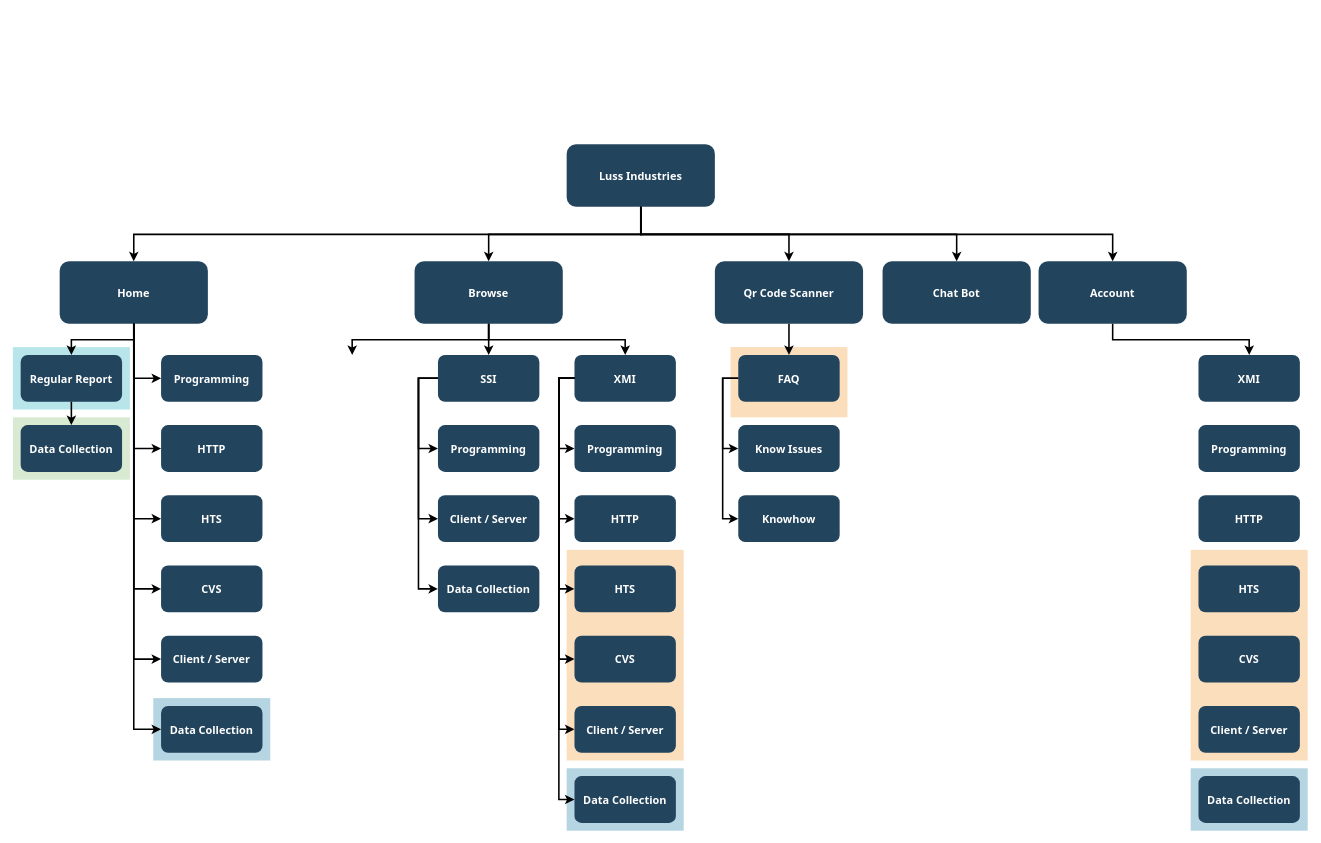
The draw.io diagram Untitled Diagram.drawio in alishgosai/draw-io, before the edit. Source tidied: cells renumbered, new cells numbered last; positions are measured from the earlier drawing's top-left corner, leaving out a move shared by most shapes. Both pictures are drawn from the tidied source at 78%, with x=0, y=0 at pixel (12, 144).
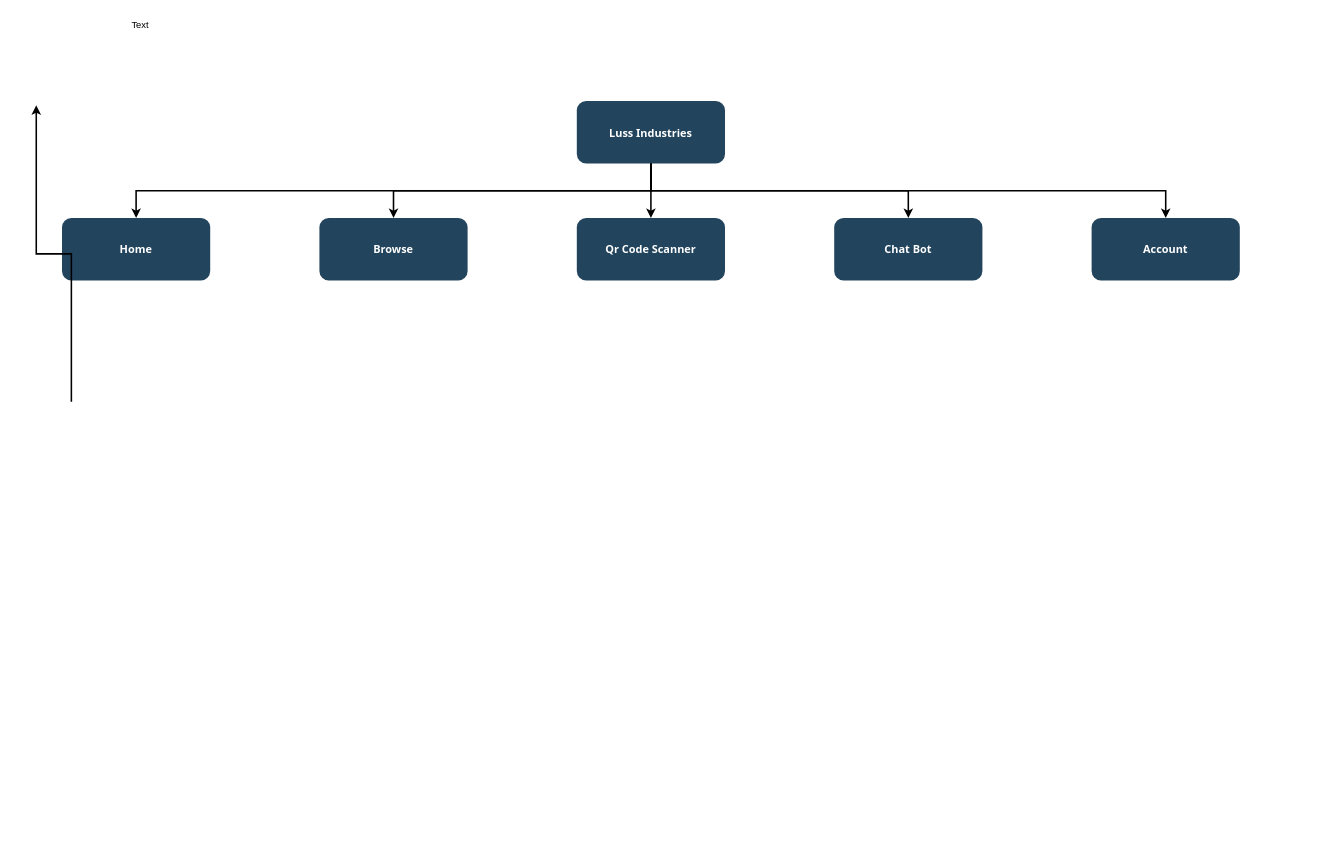
After the change.

Change to the diagram source:
```diff
@@
-<mxGraphModel>
+<mxGraphModel background="#ffffff">
@@
-    <mxCell id="2" style="fillColor=#F2931E;strokeColor=none;opacity=30;" parent="1" vertex="1">
-      <mxGeometry x="1510" y="519.5" width="150" height="270" as="geometry" />
-    </mxCell>
-    <mxCell id="3" style="fillColor=#F2931E;strokeColor=none;opacity=30;" parent="1" vertex="1">
-      <mxGeometry x="920" y="259.5" width="150" height="90" as="geometry" />
-    </mxCell>
-    <mxCell id="4" style="fillColor=#F2931E;strokeColor=none;opacity=30;" parent="1" vertex="1">
-      <mxGeometry x="710" y="519.5" width="150" height="270" as="geometry" />
-    </mxCell>
-    <mxCell id="5" style="fillColor=#10739E;strokeColor=none;opacity=30;" parent="1" vertex="1">
-      <mxGeometry x="1510" y="799.5" width="150" height="80" as="geometry" />
-    </mxCell>
-    <mxCell id="6" style="fillColor=#10739E;strokeColor=none;opacity=30;" parent="1" vertex="1">
-      <mxGeometry x="710" y="799.5" width="150" height="80" as="geometry" />
-    </mxCell>
-    <mxCell id="7" style="fillColor=#10739E;strokeColor=none;opacity=30;" parent="1" vertex="1">
-      <mxGeometry x="180" y="709.5" width="150" height="80" as="geometry" />
-    </mxCell>
-    <mxCell id="8" style="fillColor=#D9EAD3;strokeColor=none;" parent="1" vertex="1">
-      <mxGeometry y="349.5" width="150" height="80" as="geometry" />
-    </mxCell>
-    <mxCell id="9" style="fillColor=#12AAB5;strokeColor=none;opacity=30;" parent="1" vertex="1">
-      <mxGeometry y="259.5" width="150" height="80" as="geometry" />
-    </mxCell>
-    <mxCell id="10" value="Luss Industries" style="rounded=1;fillColor=#23445D;gradientColor=none;strokeColor=none;fontColor=#FFFFFF;fontStyle=1;fontFamily=Tahoma;fontSize=14;" parent="1" vertex="1">
-      <mxGeometry x="710" y="-0.5" width="190" height="80" as="geometry" />
+    <mxCell id="10" value="Luss Industries" style="rounded=1;fillColor=#23445D;gradientColor=none;strokeColor=none;fontColor=#FFFFFF;fontStyle=1;fontFamily=Tahoma;fontSize=14;flipH=0;" parent="1" vertex="1">
+      <mxGeometry x="723" y="-56" width="190" height="80" as="geometry" />
     </mxCell>
-    <mxCell id="11" value="Account" style="rounded=1;fillColor=#23445D;gradientColor=none;strokeColor=none;fontColor=#FFFFFF;fontStyle=1;fontFamily=Tahoma;fontSize=14;" parent="1" vertex="1">
-      <mxGeometry x="1315" y="149.5" width="190" height="80" as="geometry" />
+    <mxCell id="11" value="Account" style="rounded=1;fillColor=#23445D;gradientColor=none;strokeColor=none;fontColor=#FFFFFF;fontStyle=1;fontFamily=Tahoma;fontSize=14;direction=west;flipH=0;" parent="1" vertex="1">
+      <mxGeometry x="1383" y="94" width="190" height="80" as="geometry" />
     </mxCell>
@@
-    <mxCell id="13" value="Qr Code Scanner" style="rounded=1;fillColor=#23445D;gradientColor=none;strokeColor=none;fontColor=#FFFFFF;fontStyle=1;fontFamily=Tahoma;fontSize=14;" parent="1" vertex="1">
-      <mxGeometry x="900" y="149.5" width="190" height="80" as="geometry" />
+    <mxCell id="13" value="Qr Code Scanner" style="rounded=1;fillColor=#23445D;gradientColor=none;strokeColor=none;fontColor=#FFFFFF;fontStyle=1;fontFamily=Tahoma;fontSize=14;direction=west;flipH=1;flipV=1;" parent="1" vertex="1">
+      <mxGeometry x="723" y="94" width="190" height="80" as="geometry" />
     </mxCell>
-    <mxCell id="14" value="Browse" style="rounded=1;fillColor=#23445D;gradientColor=none;strokeColor=none;fontColor=#FFFFFF;fontStyle=1;fontFamily=Tahoma;fontSize=14;" parent="1" vertex="1">
-      <mxGeometry x="515" y="149.5" width="190" height="80" as="geometry" />
+    <mxCell id="14" value="Browse" style="rounded=1;fillColor=#23445D;gradientColor=none;strokeColor=none;fontColor=#FFFFFF;fontStyle=1;fontFamily=Tahoma;fontSize=14;direction=west;flipH=0;" parent="1" vertex="1">
+      <mxGeometry x="393" y="94" width="190" height="80" as="geometry" />
     </mxCell>
-    <mxCell id="15" value="Home" style="rounded=1;fillColor=#23445D;gradientColor=none;strokeColor=none;fontColor=#FFFFFF;fontStyle=1;fontFamily=Tahoma;fontSize=14;" parent="1" vertex="1">
-      <mxGeometry x="60" y="149.5" width="190" height="80" as="geometry" />
+    <mxCell id="15" value="Home" style="rounded=1;fillColor=#23445D;gradientColor=none;strokeColor=none;fontColor=#FFFFFF;fontStyle=1;fontFamily=Tahoma;fontSize=14;direction=west;flipH=0;" parent="1" vertex="1">
+      <mxGeometry x="63" y="94" width="190" height="80" as="geometry" />
     </mxCell>
-    <mxCell id="16" value="Regular Report" style="rounded=1;fillColor=#23445D;gradientColor=none;strokeColor=none;fontColor=#FFFFFF;fontStyle=1;fontFamily=Tahoma;fontSize=14;" parent="1" vertex="1">
-      <mxGeometry x="10" y="269.5" width="130" height="60" as="geometry" />
-    </mxCell>
-    <mxCell id="17" value="Data Collection" style="rounded=1;fillColor=#23445D;gradientColor=none;strokeColor=none;fontColor=#FFFFFF;fontStyle=1;fontFamily=Tahoma;fontSize=14;" parent="1" vertex="1">
-      <mxGeometry x="10" y="359.5" width="130" height="60" as="geometry" />
-    </mxCell>
-    <mxCell id="18" value="Programming" style="rounded=1;fillColor=#23445D;gradientColor=none;strokeColor=none;fontColor=#FFFFFF;fontStyle=1;fontFamily=Tahoma;fontSize=14;" parent="1" vertex="1">
-      <mxGeometry x="190" y="269.5" width="130" height="60" as="geometry" />
-    </mxCell>
-    <mxCell id="19" value="HTTP" style="rounded=1;fillColor=#23445D;gradientColor=none;strokeColor=none;fontColor=#FFFFFF;fontStyle=1;fontFamily=Tahoma;fontSize=14;" parent="1" vertex="1">
-      <mxGeometry x="190" y="359.5" width="130" height="60" as="geometry" />
-    </mxCell>
-    <mxCell id="20" value="HTS" style="rounded=1;fillColor=#23445D;gradientColor=none;strokeColor=none;fontColor=#FFFFFF;fontStyle=1;fontFamily=Tahoma;fontSize=14;" parent="1" vertex="1">
-      <mxGeometry x="190" y="449.5" width="130" height="60" as="geometry" />
-    </mxCell>
-    <mxCell id="21" value="CVS" style="rounded=1;fillColor=#23445D;gradientColor=none;strokeColor=none;fontColor=#FFFFFF;fontStyle=1;fontFamily=Tahoma;fontSize=14;" parent="1" vertex="1">
-      <mxGeometry x="190" y="539.5" width="130" height="60" as="geometry" />
-    </mxCell>
-    <mxCell id="22" value="Client / Server" style="rounded=1;fillColor=#23445D;gradientColor=none;strokeColor=none;fontColor=#FFFFFF;fontStyle=1;fontFamily=Tahoma;fontSize=14;" parent="1" vertex="1">
-      <mxGeometry x="190" y="629.5" width="130" height="60" as="geometry" />
-    </mxCell>
-    <mxCell id="23" value="Data Collection" style="rounded=1;fillColor=#23445D;gradientColor=none;strokeColor=none;fontColor=#FFFFFF;fontStyle=1;fontFamily=Tahoma;fontSize=14;" parent="1" vertex="1">
-      <mxGeometry x="190" y="719.5" width="130" height="60" as="geometry" />
-    </mxCell>
-    <mxCell id="24" value="SSI" style="rounded=1;fillColor=#23445D;gradientColor=none;strokeColor=none;fontColor=#FFFFFF;fontStyle=1;fontFamily=Tahoma;fontSize=14;" parent="1" vertex="1">
-      <mxGeometry x="545" y="269.5" width="130" height="60" as="geometry" />
-    </mxCell>
-    <mxCell id="25" value="Programming" style="rounded=1;fillColor=#23445D;gradientColor=none;strokeColor=none;fontColor=#FFFFFF;fontStyle=1;fontFamily=Tahoma;fontSize=14;" parent="1" vertex="1">
-      <mxGeometry x="545" y="359.5" width="130" height="60" as="geometry" />
-    </mxCell>
-    <mxCell id="26" value="Client / Server" style="rounded=1;fillColor=#23445D;gradientColor=none;strokeColor=none;fontColor=#FFFFFF;fontStyle=1;fontFamily=Tahoma;fontSize=14;" parent="1" vertex="1">
-      <mxGeometry x="545" y="449.5" width="130" height="60" as="geometry" />
-    </mxCell>
-    <mxCell id="27" value="Data Collection" style="rounded=1;fillColor=#23445D;gradientColor=none;strokeColor=none;fontColor=#FFFFFF;fontStyle=1;fontFamily=Tahoma;fontSize=14;" parent="1" vertex="1">
-      <mxGeometry x="545" y="539.5" width="130" height="60" as="geometry" />
-    </mxCell>
-    <mxCell id="28" value="XMI" style="rounded=1;fillColor=#23445D;gradientColor=none;strokeColor=none;fontColor=#FFFFFF;fontStyle=1;fontFamily=Tahoma;fontSize=14;" parent="1" vertex="1">
-      <mxGeometry x="720" y="269.5" width="130" height="60" as="geometry" />
-    </mxCell>
-    <mxCell id="29" value="Programming" style="rounded=1;fillColor=#23445D;gradientColor=none;strokeColor=none;fontColor=#FFFFFF;fontStyle=1;fontFamily=Tahoma;fontSize=14;" parent="1" vertex="1">
-      <mxGeometry x="720" y="359.5" width="130" height="60" as="geometry" />
-    </mxCell>
-    <mxCell id="30" value="HTTP" style="rounded=1;fillColor=#23445D;gradientColor=none;strokeColor=none;fontColor=#FFFFFF;fontStyle=1;fontFamily=Tahoma;fontSize=14;" parent="1" vertex="1">
-      <mxGeometry x="720" y="449.5" width="130" height="60" as="geometry" />
-    </mxCell>
-    <mxCell id="31" value="HTS" style="rounded=1;fillColor=#23445D;gradientColor=none;strokeColor=none;fontColor=#FFFFFF;fontStyle=1;fontFamily=Tahoma;fontSize=14;" parent="1" vertex="1">
-      <mxGeometry x="720" y="539.5" width="130" height="60" as="geometry" />
-    </mxCell>
-    <mxCell id="32" value="CVS" style="rounded=1;fillColor=#23445D;gradientColor=none;strokeColor=none;fontColor=#FFFFFF;fontStyle=1;fontFamily=Tahoma;fontSize=14;" parent="1" vertex="1">
-      <mxGeometry x="720" y="629.5" width="130" height="60" as="geometry" />
-    </mxCell>
-    <mxCell id="33" value="Client / Server" style="rounded=1;fillColor=#23445D;gradientColor=none;strokeColor=none;fontColor=#FFFFFF;fontStyle=1;fontFamily=Tahoma;fontSize=14;" parent="1" vertex="1">
-      <mxGeometry x="720" y="719.5" width="130" height="60" as="geometry" />
-    </mxCell>
-    <mxCell id="34" value="Data Collection" style="rounded=1;fillColor=#23445D;gradientColor=none;strokeColor=none;fontColor=#FFFFFF;fontStyle=1;fontFamily=Tahoma;fontSize=14;" parent="1" vertex="1">
-      <mxGeometry x="720" y="809.5" width="130" height="60" as="geometry" />
-    </mxCell>
-    <mxCell id="35" value="FAQ" style="rounded=1;fillColor=#23445D;gradientColor=none;strokeColor=none;fontColor=#FFFFFF;fontStyle=1;fontFamily=Tahoma;fontSize=14;" parent="1" vertex="1">
-      <mxGeometry x="930" y="269.5" width="130" height="60" as="geometry" />
-    </mxCell>
-    <mxCell id="36" value="Know Issues" style="rounded=1;fillColor=#23445D;gradientColor=none;strokeColor=none;fontColor=#FFFFFF;fontStyle=1;fontFamily=Tahoma;fontSize=14;" parent="1" vertex="1">
-      <mxGeometry x="930" y="359.5" width="130" height="60" as="geometry" />
-    </mxCell>
-    <mxCell id="37" value="Knowhow" style="rounded=1;fillColor=#23445D;gradientColor=none;strokeColor=none;fontColor=#FFFFFF;fontStyle=1;fontFamily=Tahoma;fontSize=14;" parent="1" vertex="1">
-      <mxGeometry x="930" y="449.5" width="130" height="60" as="geometry" />
-    </mxCell>
-    <mxCell id="38" value="XMI" style="rounded=1;fillColor=#23445D;gradientColor=none;strokeColor=none;fontColor=#FFFFFF;fontStyle=1;fontFamily=Tahoma;fontSize=14;" parent="1" vertex="1">
-      <mxGeometry x="1520" y="269.5" width="130" height="60" as="geometry" />
-    </mxCell>
-    <mxCell id="39" value="Programming" style="rounded=1;fillColor=#23445D;gradientColor=none;strokeColor=none;fontColor=#FFFFFF;fontStyle=1;fontFamily=Tahoma;fontSize=14;" parent="1" vertex="1">
-      <mxGeometry x="1520" y="359.5" width="130" height="60" as="geometry" />
-    </mxCell>
-    <mxCell id="40" value="HTTP" style="rounded=1;fillColor=#23445D;gradientColor=none;strokeColor=none;fontColor=#FFFFFF;fontStyle=1;fontFamily=Tahoma;fontSize=14;" parent="1" vertex="1">
-      <mxGeometry x="1520" y="449.5" width="130" height="60" as="geometry" />
-    </mxCell>
-    <mxCell id="41" value="HTS" style="rounded=1;fillColor=#23445D;gradientColor=none;strokeColor=none;fontColor=#FFFFFF;fontStyle=1;fontFamily=Tahoma;fontSize=14;" parent="1" vertex="1">
-      <mxGeometry x="1520" y="539.5" width="130" height="60" as="geometry" />
-    </mxCell>
-    <mxCell id="42" value="CVS" style="rounded=1;fillColor=#23445D;gradientColor=none;strokeColor=none;fontColor=#FFFFFF;fontStyle=1;fontFamily=Tahoma;fontSize=14;" parent="1" vertex="1">
-      <mxGeometry x="1520" y="629.5" width="130" height="60" as="geometry" />
-    </mxCell>
-    <mxCell id="43" value="Client / Server" style="rounded=1;fillColor=#23445D;gradientColor=none;strokeColor=none;fontColor=#FFFFFF;fontStyle=1;fontFamily=Tahoma;fontSize=14;" parent="1" vertex="1">
-      <mxGeometry x="1520" y="719.5" width="130" height="60" as="geometry" />
-    </mxCell>
-    <mxCell id="44" value="Data Collection" style="rounded=1;fillColor=#23445D;gradientColor=none;strokeColor=none;fontColor=#FFFFFF;fontStyle=1;fontFamily=Tahoma;fontSize=14;" parent="1" vertex="1">
-      <mxGeometry x="1520" y="809.5" width="130" height="60" as="geometry" />
-    </mxCell>
@@
-    <mxCell id="47" style="edgeStyle=elbowEdgeStyle;elbow=vertical;strokeWidth=2;rounded=0;" parent="1" edge="1" source="15" target="16">
-      <mxGeometry x="-23" y="135.5" as="geometry" />
-    </mxCell>
-    <mxCell id="48" style="edgeStyle=elbowEdgeStyle;elbow=horizontal;strokeWidth=2;rounded=0;" parent="1" edge="1" source="15" target="18">
-      <mxGeometry x="-23" y="135.5" as="geometry">
-        <Array as="points">
-          <mxPoint x="155" y="249.5" />
-        </Array>
-      </mxGeometry>
-    </mxCell>
-    <mxCell id="49" style="edgeStyle=elbowEdgeStyle;elbow=horizontal;strokeWidth=2;rounded=0;" parent="1" edge="1" source="15" target="19">
-      <mxGeometry x="-23" y="135.5" as="geometry">
-        <Array as="points">
-          <mxPoint x="155" y="289.5" />
-        </Array>
-      </mxGeometry>
-    </mxCell>
-    <mxCell id="50" style="edgeStyle=elbowEdgeStyle;elbow=horizontal;strokeWidth=2;rounded=0;" parent="1" edge="1" source="15" target="20">
-      <mxGeometry x="-23" y="135.5" as="geometry">
-        <Array as="points">
-          <mxPoint x="155" y="339.5" />
-        </Array>
-      </mxGeometry>
-    </mxCell>
-    <mxCell id="51" style="edgeStyle=elbowEdgeStyle;elbow=horizontal;strokeWidth=2;rounded=0;" parent="1" edge="1" source="15" target="21">
-      <mxGeometry x="-23" y="135.5" as="geometry">
-        <Array as="points">
-          <mxPoint x="155" y="389.5" />
-        </Array>
-      </mxGeometry>
-    </mxCell>
-    <mxCell id="52" style="edgeStyle=elbowEdgeStyle;elbow=horizontal;strokeWidth=2;rounded=0;" parent="1" edge="1" source="15" target="22">
-      <mxGeometry x="-23" y="135.5" as="geometry">
-        <Array as="points">
-          <mxPoint x="155" y="429.5" />
-        </Array>
-      </mxGeometry>
-    </mxCell>
-    <mxCell id="53" style="edgeStyle=elbowEdgeStyle;elbow=horizontal;strokeWidth=2;rounded=0;" parent="1" edge="1" source="15" target="23">
-      <mxGeometry x="-23" y="135.5" as="geometry">
-        <Array as="points">
-          <mxPoint x="155" y="479.5" />
-        </Array>
-      </mxGeometry>
-    </mxCell>
-    <mxCell id="54" style="edgeStyle=elbowEdgeStyle;elbow=horizontal;strokeWidth=2;rounded=0;" parent="1" edge="1" source="24" target="25">
-      <mxGeometry x="-23" y="135.5" as="geometry">
-        <Array as="points">
-          <mxPoint x="520" y="349.5" />
-        </Array>
-      </mxGeometry>
-    </mxCell>
-    <mxCell id="55" style="edgeStyle=elbowEdgeStyle;elbow=horizontal;strokeWidth=2;rounded=0;" parent="1" edge="1" source="24" target="26">
-      <mxGeometry x="-23" y="135.5" as="geometry">
-        <Array as="points">
-          <mxPoint x="520" y="389.5" />
-        </Array>
-      </mxGeometry>
-    </mxCell>
-    <mxCell id="56" style="edgeStyle=elbowEdgeStyle;elbow=horizontal;strokeWidth=2;rounded=0;" parent="1" edge="1" source="24" target="27">
-      <mxGeometry x="-23" y="135.5" as="geometry">
-        <Array as="points">
-          <mxPoint x="520" y="429.5" />
-        </Array>
-      </mxGeometry>
-    </mxCell>
-    <mxCell id="57" style="edgeStyle=elbowEdgeStyle;elbow=horizontal;strokeWidth=2;rounded=0;" parent="1" edge="1" source="28" target="29">
-      <mxGeometry x="-23" y="135.5" as="geometry">
-        <Array as="points">
-          <mxPoint x="700" y="349.5" />
-        </Array>
-      </mxGeometry>
-    </mxCell>
-    <mxCell id="58" style="edgeStyle=elbowEdgeStyle;elbow=horizontal;strokeWidth=2;rounded=0;" parent="1" edge="1" source="28" target="30">
-      <mxGeometry x="-23" y="135.5" as="geometry">
-        <Array as="points">
-          <mxPoint x="700" y="389.5" />
-        </Array>
-      </mxGeometry>
-    </mxCell>
-    <mxCell id="59" style="edgeStyle=elbowEdgeStyle;elbow=horizontal;strokeWidth=2;rounded=0;" parent="1" edge="1" source="28" target="31">
-      <mxGeometry x="-23" y="135.5" as="geometry">
-        <Array as="points">
-          <mxPoint x="700" y="439.5" />
-        </Array>
-      </mxGeometry>
-    </mxCell>
-    <mxCell id="60" style="edgeStyle=elbowEdgeStyle;elbow=horizontal;strokeWidth=2;rounded=0;" parent="1" edge="1" source="28" target="32">
-      <mxGeometry x="-23" y="135.5" as="geometry">
-        <Array as="points">
-          <mxPoint x="700" y="479.5" />
-        </Array>
-      </mxGeometry>
-    </mxCell>
-    <mxCell id="61" style="edgeStyle=elbowEdgeStyle;elbow=horizontal;strokeWidth=2;rounded=0;" parent="1" edge="1" source="28" target="33">
-      <mxGeometry x="-23" y="135.5" as="geometry">
-        <Array as="points">
-          <mxPoint x="700" y="519.5" />
-        </Array>
-      </mxGeometry>
-    </mxCell>
-    <mxCell id="62" style="edgeStyle=elbowEdgeStyle;elbow=horizontal;strokeWidth=2;rounded=0;" parent="1" edge="1" source="28" target="34">
-      <mxGeometry x="-23" y="135.5" as="geometry">
-        <Array as="points">
-          <mxPoint x="700" y="569.5" />
-        </Array>
-      </mxGeometry>
-    </mxCell>
-    <mxCell id="63" style="edgeStyle=elbowEdgeStyle;elbow=horizontal;strokeWidth=2;rounded=0;" parent="1" edge="1" source="35" target="36">
-      <mxGeometry x="-23" y="135.5" as="geometry">
-        <Array as="points">
-          <mxPoint x="910" y="349.5" />
-        </Array>
-      </mxGeometry>
-    </mxCell>
-    <mxCell id="64" style="edgeStyle=elbowEdgeStyle;elbow=horizontal;strokeWidth=2;rounded=0;" parent="1" edge="1" source="35" target="37">
-      <mxGeometry x="-23" y="135.5" as="geometry">
-        <Array as="points">
-          <mxPoint x="910" y="399.5" />
-        </Array>
-      </mxGeometry>
-    </mxCell>
-    <mxCell id="65" style="edgeStyle=elbowEdgeStyle;elbow=vertical;strokeWidth=2;rounded=0;" parent="1" edge="1" source="14">
-      <mxGeometry x="-23" y="135.5" as="geometry">
-        <mxPoint x="435" y="269.5" as="targetPoint" />
-      </mxGeometry>
-    </mxCell>
-    <mxCell id="66" style="edgeStyle=elbowEdgeStyle;elbow=vertical;strokeWidth=2;rounded=0;" parent="1" edge="1" source="14" target="24">
-      <mxGeometry x="-23" y="135.5" as="geometry" />
-    </mxCell>
-    <mxCell id="67" style="edgeStyle=elbowEdgeStyle;elbow=vertical;strokeWidth=2;rounded=0;" parent="1" edge="1" source="14" target="28">
-      <mxGeometry x="-23" y="135.5" as="geometry" />
-    </mxCell>
-    <mxCell id="68" style="edgeStyle=elbowEdgeStyle;elbow=vertical;strokeWidth=2;rounded=0;" parent="1" edge="1" source="13" target="35">
-      <mxGeometry x="-23" y="135.5" as="geometry" />
-    </mxCell>
-    <mxCell id="69" style="edgeStyle=elbowEdgeStyle;elbow=vertical;strokeWidth=2;rounded=0;" parent="1" edge="1" source="11" target="38">
-      <mxGeometry x="-23" y="135.5" as="geometry" />
-    </mxCell>
-    <mxCell id="70" style="edgeStyle=elbowEdgeStyle;elbow=vertical;rounded=0;strokeWidth=2;" parent="1" edge="1" source="16" target="17">
-      <mxGeometry x="-23" y="135.5" as="geometry" />
+    <mxCell id="70" style="edgeStyle=elbowEdgeStyle;elbow=vertical;rounded=0;strokeWidth=2;" parent="1" edge="1">
+      <mxGeometry x="-23" y="135.5" as="geometry">
+        <mxPoint x="75" y="329.5" as="sourcePoint" />
+        <mxPoint x="30" y="-50.5" as="targetPoint" />
+      </mxGeometry>
     </mxCell>
-    <mxCell id="71" style="edgeStyle=elbowEdgeStyle;elbow=vertical;strokeWidth=2;rounded=0;exitX=0.5;exitY=1;exitDx=0;exitDy=0;entryX=0.5;entryY=0;entryDx=0;entryDy=0;" parent="1" edge="1" source="10" target="13">
+    <mxCell id="71" style="edgeStyle=elbowEdgeStyle;elbow=vertical;strokeWidth=2;rounded=0;exitX=0.5;exitY=1;exitDx=0;exitDy=0;entryX=0.5;entryY=1;entryDx=0;entryDy=0;" parent="1" edge="1" source="10" target="73">
       <mxGeometry x="347" y="225.5" as="geometry" />
     </mxCell>
-    <mxCell id="72" style="edgeStyle=elbowEdgeStyle;elbow=vertical;strokeWidth=2;rounded=0;exitX=0.5;exitY=1;exitDx=0;exitDy=0;entryX=0.5;entryY=0;entryDx=0;entryDy=0;" parent="1" edge="1" source="10" target="73">
+    <mxCell id="72" style="edgeStyle=elbowEdgeStyle;elbow=vertical;strokeWidth=2;rounded=0;exitX=0.5;exitY=1;exitDx=0;exitDy=0;entryX=0.5;entryY=1;entryDx=0;entryDy=0;" parent="1" edge="1" source="10" target="13">
       <mxGeometry x="347" y="225.5" as="geometry" />
     </mxCell>
-    <mxCell id="73" value="Chat Bot" style="rounded=1;fillColor=#23445D;gradientColor=none;strokeColor=none;fontColor=#FFFFFF;fontStyle=1;fontFamily=Tahoma;fontSize=14;" parent="1" vertex="1">
-      <mxGeometry x="1115" y="149.5" width="190" height="80" as="geometry" />
+    <mxCell id="73" value="Chat Bot" style="rounded=1;fillColor=#23445D;gradientColor=none;strokeColor=none;fontColor=#FFFFFF;fontStyle=1;fontFamily=Tahoma;fontSize=14;direction=west;flipH=0;" parent="1" vertex="1">
+      <mxGeometry x="1053" y="94" width="190" height="80" as="geometry" />
     </mxCell>
+    <mxCell id="74" value="Text" style="text;html=1;align=center;verticalAlign=middle;strokeColor=none;fillColor=none;" parent="1" vertex="1">
+      <mxGeometry x="138" y="-168" width="50" height="30" as="geometry" />
+    </mxCell>
```
